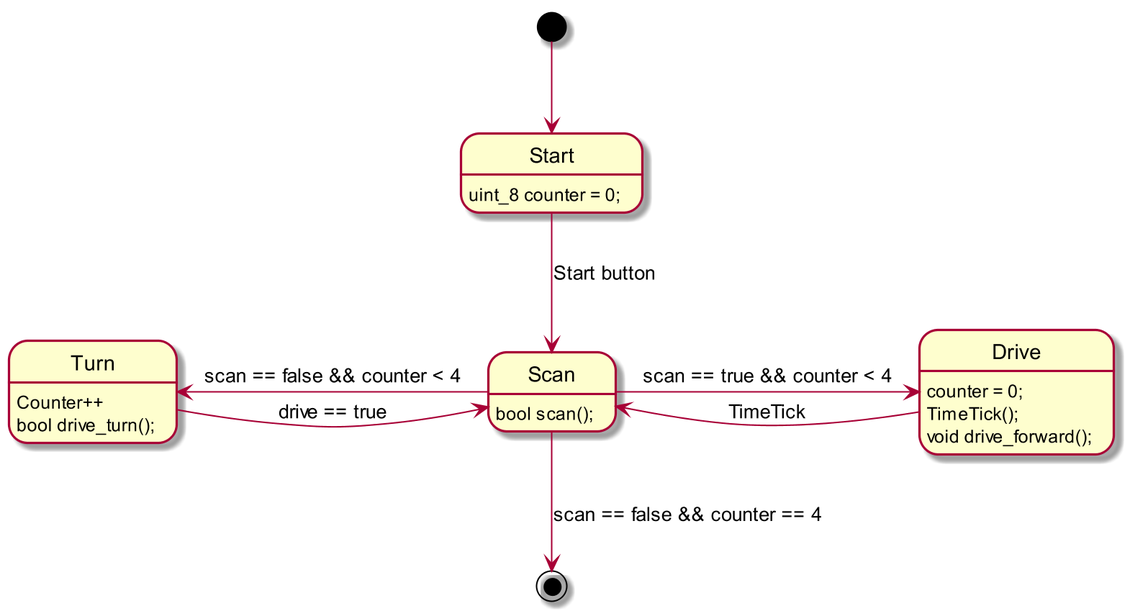
Earlier version of the PlantUML export Zumo_SM.png (orje/Zumo_QM_QPnano).
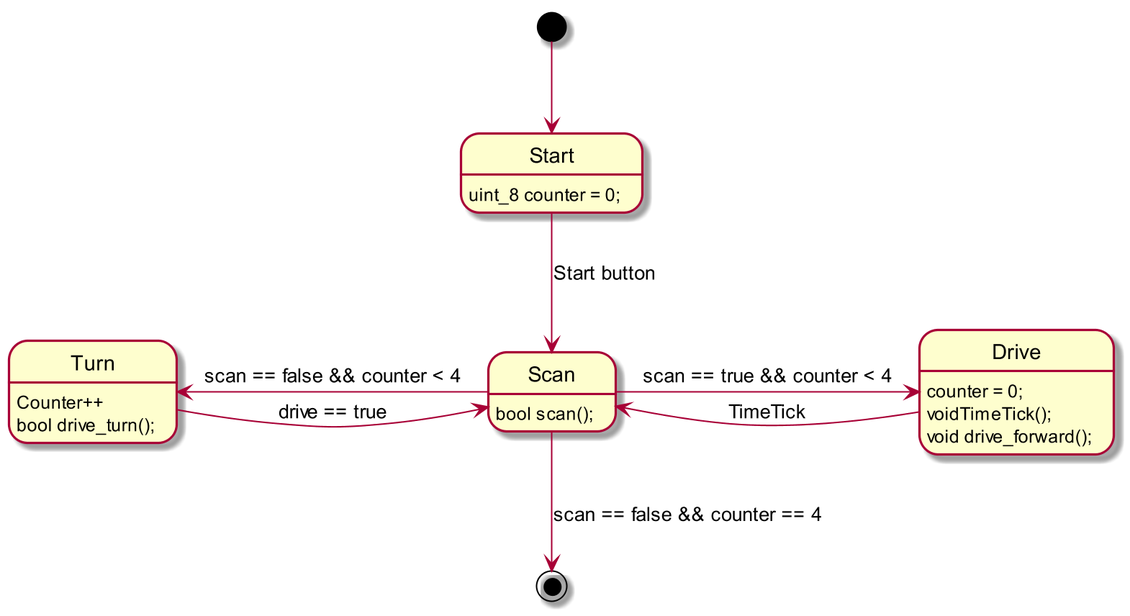
Above is the later version.

What changed in the source:
```diff
@@ -12,7 +12,7 @@
 Scan -left-> Turn : scan == false && counter < 4
 
 Drive : counter = 0;
-Drive : TimeTick();
+Drive : voidTimeTick();
 Drive : void drive_forward();
 Drive -> Scan : TimeTick
 
```
